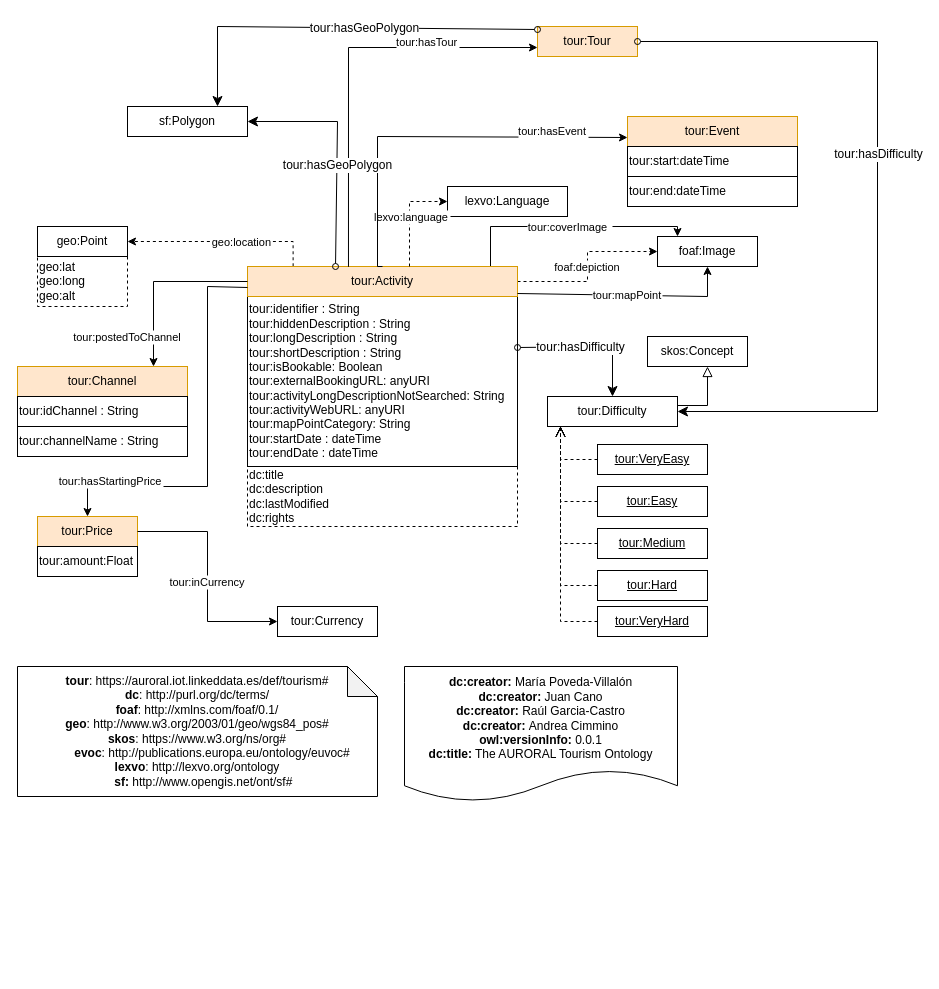
Above: diagrams/tourism.drawio in oeg-upm/auroral-tourism-ontology (draw.io), before the change. Source tidied: cells renumbered, new cells numbered last; positions are measured from the earlier drawing's top-left corner, leaving out a move shared by most shapes. Both pictures are drawn from the tidied source at 100%, with x=0, y=0 at pixel (17, 26).
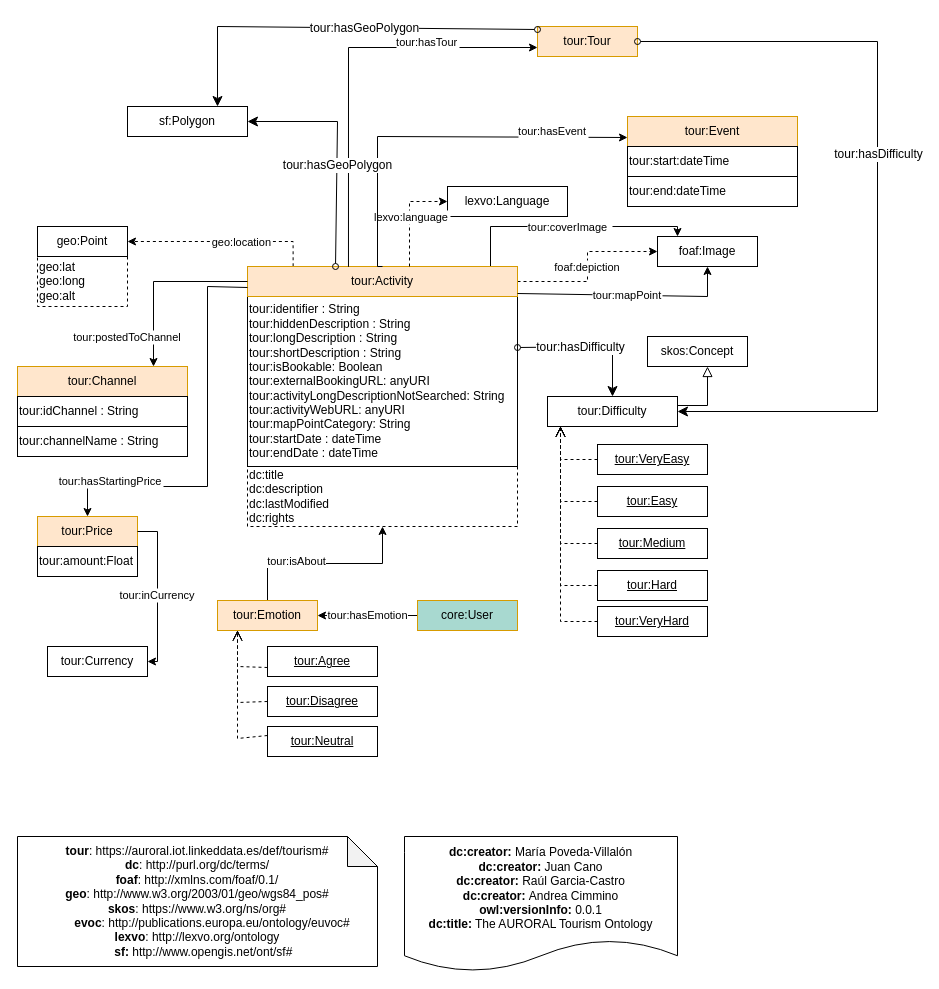
The same diagram, later.

The change refers to these unchanged cells:
```xml
<mxCell id="4" value="dc:title&lt;br&gt;dc:description&lt;br&gt;dc:lastModified&lt;br&gt;dc:rights&lt;br&gt;" style="rounded=0;whiteSpace=wrap;html=1;snapToPoint=1;points=[[0.1,0],[0.2,0],[0.3,0],[0.4,0],[0.5,0],[0.6,0],[0.7,0],[0.8,0],[0.9,0],[0,0.1],[0,0.3],[0,0.5],[0,0.7],[0,0.9],[0.1,1],[0.2,1],[0.3,1],[0.4,1],[0.5,1],[0.6,1],[0.7,1],[0.8,1],[0.9,1],[1,0.1],[1,0.3],[1,0.5],[1,0.7],[1,0.9]];dashed=1;align=left;" parent="1" vertex="1">
  <mxGeometry x="230" y="440" width="270" height="60" as="geometry" />
</mxCell>
<mxCell id="22" value="tour:Price" style="rounded=0;whiteSpace=wrap;html=1;snapToPoint=1;points=[[0.1,0],[0.2,0],[0.3,0],[0.4,0],[0.5,0],[0.6,0],[0.7,0],[0.8,0],[0.9,0],[0,0.1],[0,0.3],[0,0.5],[0,0.7],[0,0.9],[0.1,1],[0.2,1],[0.3,1],[0.4,1],[0.5,1],[0.6,1],[0.7,1],[0.8,1],[0.9,1],[1,0.1],[1,0.3],[1,0.5],[1,0.7],[1,0.9]];fillColor=#ffe6cc;strokeColor=#d79b00;shadow=0;" parent="1" vertex="1">
  <mxGeometry x="20" y="490" width="100" height="30" as="geometry" />
</mxCell>
```

Diff of the diagram source:
```diff
@@
     <mxCell id="2" value="&lt;div&gt;&lt;b&gt;dc:creator:&lt;/b&gt;&amp;nbsp;María Poveda-Villalón&lt;/div&gt;&lt;div&gt;&lt;div&gt;&lt;b&gt;dc:creator:&lt;/b&gt;&amp;nbsp;Juan Cano&lt;/div&gt;&lt;/div&gt;&lt;div&gt;&lt;div&gt;&lt;b&gt;dc:creator:&lt;/b&gt;&amp;nbsp;Raúl Garcia-Castro&lt;/div&gt;&lt;/div&gt;&lt;div&gt;&lt;div&gt;&lt;b&gt;dc:creator:&lt;/b&gt;&amp;nbsp;Andrea Cimmino&lt;/div&gt;&lt;/div&gt;&lt;div&gt;&lt;b&gt;owl:versionInfo:&lt;/b&gt; 0.0.1&lt;/div&gt;&lt;div&gt;&lt;b&gt;dc:title:&lt;/b&gt; The AURORAL Tourism Ontology&lt;/div&gt;" style="shape=document;whiteSpace=wrap;html=1;boundedLbl=1;labelBackgroundColor=#ffffff;strokeColor=#000000;fontSize=12;fontColor=#000000;size=0.23333333333333334;" parent="1" vertex="1">
-      <mxGeometry x="387" y="640" width="273" height="135" as="geometry" />
+      <mxGeometry x="387" y="810" width="273" height="135" as="geometry" />
     </mxCell>
     <mxCell id="3" value="&lt;div&gt;&lt;b&gt;tour&lt;/b&gt;&lt;span&gt;:&amp;nbsp;https://auroral.iot.linkeddata.es/def/tourism#&lt;/span&gt;&lt;br&gt;&lt;/div&gt;&lt;div&gt;&lt;b&gt;dc&lt;/b&gt;: http://purl.org/dc/terms/&lt;br style=&quot;padding: 0px ; margin: 0px&quot;&gt;&lt;b&gt;foaf&lt;/b&gt;:&amp;nbsp;http://xmlns.com/foaf/0.1/&lt;br style=&quot;padding: 0px ; margin: 0px&quot;&gt;&lt;b&gt;geo&lt;/b&gt;: http://www.w3.org/2003/01/geo/wgs84_pos#&lt;br style=&quot;padding: 0px ; margin: 0px&quot;&gt;&lt;b&gt;skos&lt;/b&gt;:&amp;nbsp;https://www.w3.org/ns/org#&lt;/div&gt;&lt;div&gt;&lt;b&gt;&amp;nbsp; &amp;nbsp; &amp;nbsp; &amp;nbsp; &amp;nbsp;evoc&lt;/b&gt;: http://publications.europa.eu/ontology/euvoc#&lt;/div&gt;&lt;b&gt;lexvo&lt;/b&gt;:&amp;nbsp;http://lexvo.org/ontology&lt;br&gt;&lt;div style=&quot;text-align: left;&quot;&gt;&lt;b style=&quot;background-color: initial;&quot;&gt;&amp;nbsp; &amp;nbsp; &amp;nbsp; &amp;nbsp; &amp;nbsp; &amp;nbsp; &amp;nbsp; &amp;nbsp; &amp;nbsp; &amp;nbsp; &amp;nbsp;sf:&amp;nbsp;&lt;/b&gt;&lt;span style=&quot;background-color: initial;&quot;&gt;http://www.opengis.net/ont/sf#&lt;/span&gt;&lt;/div&gt;" style="shape=note;whiteSpace=wrap;html=1;backgroundOutline=1;darkOpacity=0.05;" parent="1" vertex="1">
-      <mxGeometry y="640" width="360" height="130" as="geometry" />
+      <mxGeometry y="810" width="360" height="130" as="geometry" />
     </mxCell>
@@
     <mxCell id="24" value="tour:Currency" style="rounded=0;whiteSpace=wrap;html=1;snapToPoint=1;points=[[0.1,0],[0.2,0],[0.3,0],[0.4,0],[0.5,0],[0.6,0],[0.7,0],[0.8,0],[0.9,0],[0,0.1],[0,0.3],[0,0.5],[0,0.7],[0,0.9],[0.1,1],[0.2,1],[0.3,1],[0.4,1],[0.5,1],[0.6,1],[0.7,1],[0.8,1],[0.9,1],[1,0.1],[1,0.3],[1,0.5],[1,0.7],[1,0.9]];shadow=0;" parent="1" vertex="1">
-      <mxGeometry x="260" y="580" width="100" height="30" as="geometry" />
+      <mxGeometry x="30" y="620" width="100" height="30" as="geometry" />
     </mxCell>
@@
-    <mxCell id="26" value="tour:inCurrency" style="edgeStyle=orthogonalEdgeStyle;rounded=0;jettySize=auto;endArrow=classic;endFill=1;entryX=0;entryY=0.5;entryDx=0;entryDy=0;exitX=1;exitY=0.5;exitDx=0;exitDy=0;" parent="1" edge="1" source="22" target="24">
-      <mxGeometry x="0.04" relative="1" as="geometry" />
+    <mxCell id="26" value="tour:inCurrency" style="edgeStyle=orthogonalEdgeStyle;rounded=0;jettySize=auto;endArrow=classic;endFill=1;exitX=1;exitY=0.5;exitDx=0;exitDy=0;" parent="1" edge="1" source="22" target="24">
+      <mxGeometry x="0.04" relative="1" as="geometry">
+        <Array as="points">
+          <mxPoint x="140" y="505" />
+          <mxPoint x="140" y="635" />
+        </Array>
+      </mxGeometry>
     </mxCell>
@@
+    <mxCell id="53" style="edgeStyle=orthogonalEdgeStyle;rounded=0;jettySize=auto;html=1;" parent="1" edge="1" source="55" target="4">
+      <mxGeometry relative="1" as="geometry" />
+    </mxCell>
+    <mxCell id="54" value="tour:isAbout" style="edgeLabel;html=1;align=center;verticalAlign=middle;" parent="53" vertex="1">
+      <mxGeometry x="-0.31" y="3" relative="1" as="geometry" />
+    </mxCell>
+    <mxCell id="55" value="tour:Emotion" style="rounded=0;whiteSpace=wrap;html=1;snapToPoint=1;points=[[0.1,0],[0.2,0],[0.3,0],[0.4,0],[0.5,0],[0.6,0],[0.7,0],[0.8,0],[0.9,0],[0,0.1],[0,0.3],[0,0.5],[0,0.7],[0,0.9],[0.1,1],[0.2,1],[0.3,1],[0.4,1],[0.5,1],[0.6,1],[0.7,1],[0.8,1],[0.9,1],[1,0.1],[1,0.3],[1,0.5],[1,0.7],[1,0.9]];fillColor=#ffe6cc;strokeColor=#d79b00;shadow=0;" parent="1" vertex="1">
+      <mxGeometry x="200" y="574" width="100" height="30" as="geometry" />
+    </mxCell>
+    <mxCell id="56" value="tour:hasEmotion" style="edgeStyle=orthogonalEdgeStyle;rounded=0;jettySize=auto;html=1;" parent="1" edge="1" source="57" target="55">
+      <mxGeometry relative="1" as="geometry" />
+    </mxCell>
+    <mxCell id="57" value="core:User" style="rounded=0;whiteSpace=wrap;html=1;snapToPoint=1;points=[[0.1,0],[0.2,0],[0.3,0],[0.4,0],[0.5,0],[0.6,0],[0.7,0],[0.8,0],[0.9,0],[0,0.1],[0,0.3],[0,0.5],[0,0.7],[0,0.9],[0.1,1],[0.2,1],[0.3,1],[0.4,1],[0.5,1],[0.6,1],[0.7,1],[0.8,1],[0.9,1],[1,0.1],[1,0.3],[1,0.5],[1,0.7],[1,0.9]];fillColor=#A8D9D0;strokeColor=#d79b00;shadow=0;" parent="1" vertex="1">
+      <mxGeometry x="400" y="574" width="100" height="30" as="geometry" />
+    </mxCell>
+    <mxCell id="58" value="&lt;u&gt;tour:Agree&lt;/u&gt;" style="rounded=0;whiteSpace=wrap;html=1;snapToPoint=1;points=[[0.1,0],[0.2,0],[0.3,0],[0.4,0],[0.5,0],[0.6,0],[0.7,0],[0.8,0],[0.9,0],[0,0.1],[0,0.3],[0,0.5],[0,0.7],[0,0.9],[0.1,1],[0.2,1],[0.3,1],[0.4,1],[0.5,1],[0.6,1],[0.7,1],[0.8,1],[0.9,1],[1,0.1],[1,0.3],[1,0.5],[1,0.7],[1,0.9]];" parent="1" vertex="1">
+      <mxGeometry x="250" y="620" width="110" height="30" as="geometry" />
+    </mxCell>
+    <mxCell id="59" value="&lt;u&gt;tour:Disagree&lt;/u&gt;" style="rounded=0;whiteSpace=wrap;html=1;snapToPoint=1;points=[[0.1,0],[0.2,0],[0.3,0],[0.4,0],[0.5,0],[0.6,0],[0.7,0],[0.8,0],[0.9,0],[0,0.1],[0,0.3],[0,0.5],[0,0.7],[0,0.9],[0.1,1],[0.2,1],[0.3,1],[0.4,1],[0.5,1],[0.6,1],[0.7,1],[0.8,1],[0.9,1],[1,0.1],[1,0.3],[1,0.5],[1,0.7],[1,0.9]];" parent="1" vertex="1">
+      <mxGeometry x="250" y="660" width="110" height="30" as="geometry" />
+    </mxCell>
+    <mxCell id="60" value="&lt;u&gt;tour:Neutral&lt;/u&gt;" style="rounded=0;whiteSpace=wrap;html=1;snapToPoint=1;points=[[0.1,0],[0.2,0],[0.3,0],[0.4,0],[0.5,0],[0.6,0],[0.7,0],[0.8,0],[0.9,0],[0,0.1],[0,0.3],[0,0.5],[0,0.7],[0,0.9],[0.1,1],[0.2,1],[0.3,1],[0.4,1],[0.5,1],[0.6,1],[0.7,1],[0.8,1],[0.9,1],[1,0.1],[1,0.3],[1,0.5],[1,0.7],[1,0.9]];" parent="1" vertex="1">
+      <mxGeometry x="250" y="700" width="110" height="30" as="geometry" />
+    </mxCell>
+    <mxCell id="61" style="endArrow=open;html=1;fontColor=#000099;endFill=0;dashed=1;endSize=8;edgeStyle=orthogonalEdgeStyle;arcSize=0;" parent="1" edge="1" source="58" target="55">
+      <mxGeometry relative="1" as="geometry">
+        <Array as="points">
+          <mxPoint x="220" y="640" />
+        </Array>
+      </mxGeometry>
+    </mxCell>
+    <mxCell id="62" style="endArrow=open;html=1;fontColor=#000099;endFill=0;dashed=1;endSize=8;edgeStyle=orthogonalEdgeStyle;arcSize=0;entryX=0.2;entryY=1;entryDx=0;entryDy=0;" parent="1" edge="1" source="59" target="55">
+      <mxGeometry relative="1" as="geometry">
+        <Array as="points">
+          <mxPoint x="220" y="676" />
+        </Array>
+      </mxGeometry>
+    </mxCell>
+    <mxCell id="63" style="endArrow=open;html=1;fontColor=#000099;endFill=0;dashed=1;endSize=8;edgeStyle=orthogonalEdgeStyle;arcSize=0;entryX=0.2;entryY=1;entryDx=0;entryDy=0;" parent="1" edge="1" source="60" target="55">
+      <mxGeometry relative="1" as="geometry">
+        <Array as="points">
+          <mxPoint x="220" y="712" />
+        </Array>
+      </mxGeometry>
+    </mxCell>
```
